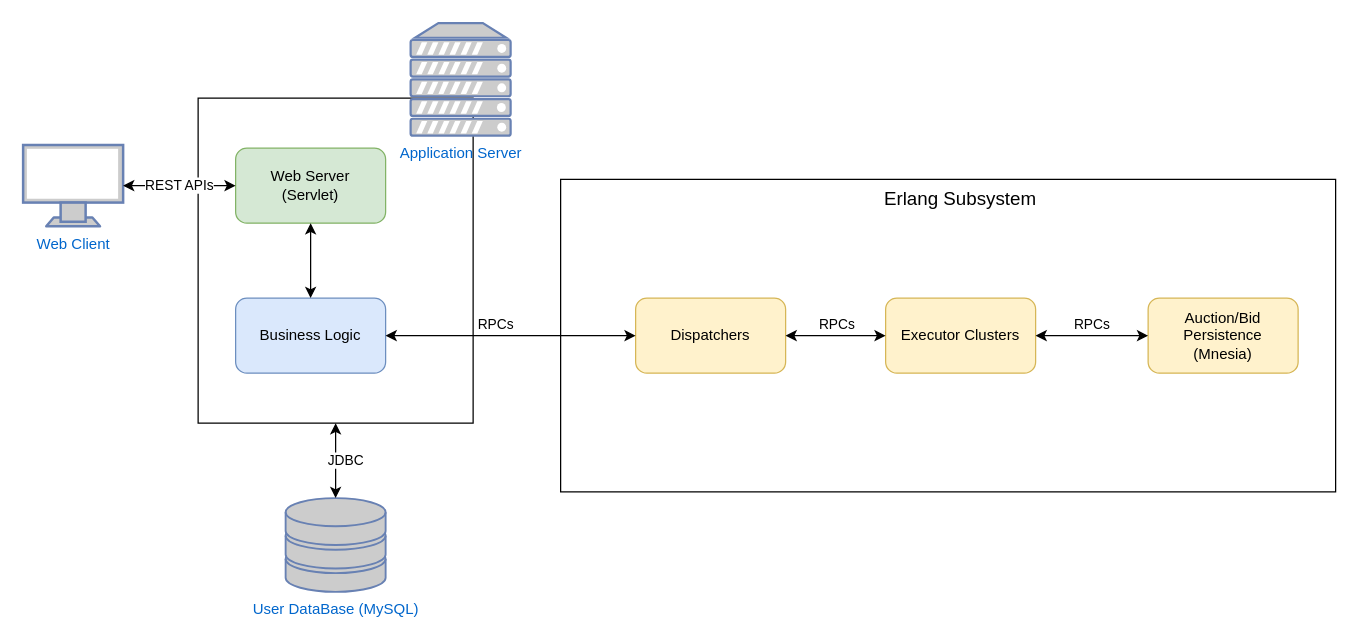
SpeedJack/dsmt keeps this draw.io diagram as doc/diagrams/diagram.drawio. Above is the earlier version. Source tidied: cells renumbered, new cells numbered last; positions are measured from the earlier drawing's top-left corner, leaving out a move shared by most shapes. Both pictures are drawn from the tidied source at 125%, with x=0, y=0 at pixel (22, 22).
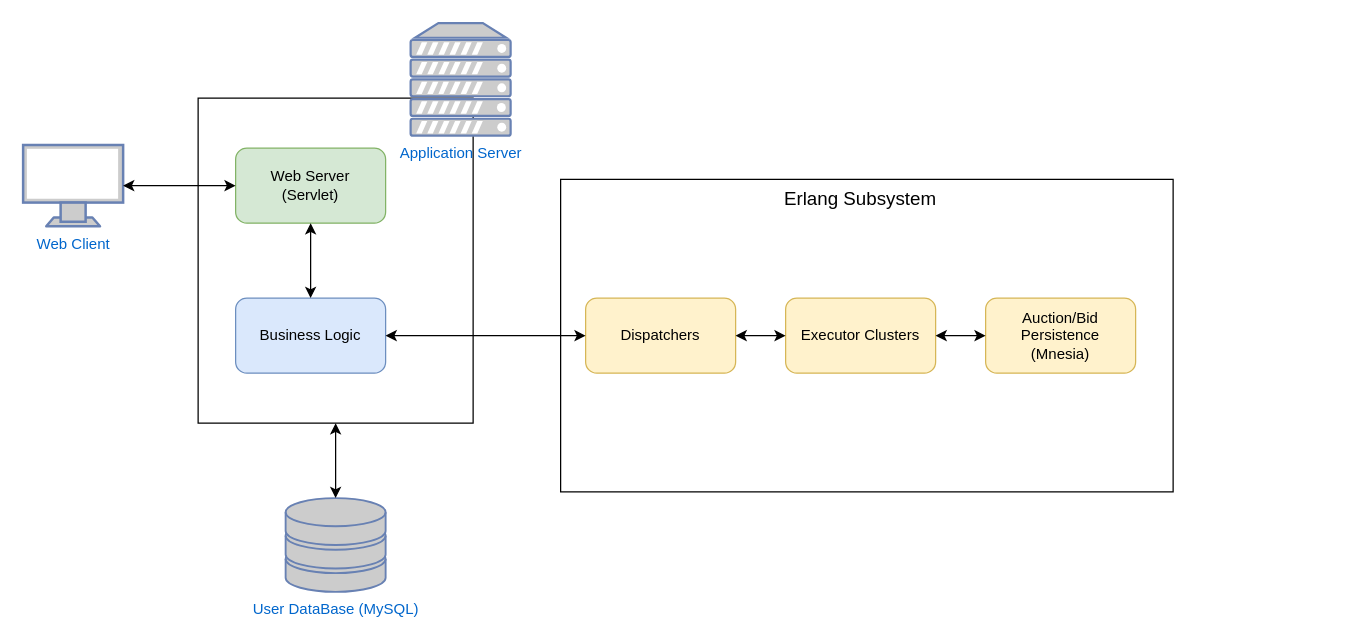
After the change.

The change refers to these unchanged cells:
```xml
<mxCell id="8" style="endArrow=classic;startArrow=classic;html=1;exitX=1;exitY=0.5;exitDx=0;exitDy=0;entryX=0;entryY=0.5;entryDx=0;entryDy=0;" parent="1" edge="1" source="6" target="7">
  <mxGeometry relative="1" as="geometry" />
</mxCell>
<mxCell id="10" value="Web Client" style="fontColor=#0066CC;verticalAlign=top;verticalLabelPosition=bottom;labelPosition=center;align=center;html=1;outlineConnect=0;fillColor=#CCCCCC;strokeColor=#6881B3;gradientColor=none;gradientDirection=north;strokeWidth=2;shape=mxgraph.networks.monitor;" parent="1" vertex="1">
  <mxGeometry y="97.5" width="80" height="65" as="geometry" />
</mxCell>
<mxCell id="11" value="Web Server&lt;br&gt;(Servlet)" style="rounded=1;whiteSpace=wrap;html=1;fillColor=#d5e8d4;strokeColor=#82b366;" parent="1" vertex="1">
  <mxGeometry x="170" y="100" width="120" height="60" as="geometry" />
</mxCell>
<mxCell id="15" style="endArrow=classic;startArrow=classic;html=1;exitX=1;exitY=0.5;exitDx=0;exitDy=0;entryX=0;entryY=0.5;entryDx=0;entryDy=0;" parent="1" edge="1" source="12" target="6">
  <mxGeometry relative="1" as="geometry" />
</mxCell>
<mxCell id="17" style="endArrow=classic;startArrow=classic;html=1;exitX=0.5;exitY=0;exitDx=0;exitDy=0;entryX=0.5;entryY=1;entryDx=0;entryDy=0;exitPerimeter=0;" parent="1" edge="1" source="5" target="3">
  <mxGeometry relative="1" as="geometry" />
</mxCell>
<mxCell id="20" style="endArrow=classic;startArrow=classic;html=1;exitX=1;exitY=0.5;exitDx=0;exitDy=0;entryX=0;entryY=0.5;entryDx=0;entryDy=0;" parent="1" edge="1" source="7" target="19">
  <mxGeometry relative="1" as="geometry" />
</mxCell>
```

Diff of the diagram source:
```diff
@@
     <mxCell id="2" style="rounded=0;whiteSpace=wrap;html=1;verticalAlign=bottom;" parent="1" vertex="1">
-      <mxGeometry x="430" y="125" width="620" height="250" as="geometry" />
+      <mxGeometry x="430" y="125" width="490" height="250" as="geometry" />
     </mxCell>
@@
     <mxCell id="6" value="Dispatchers" style="rounded=1;whiteSpace=wrap;html=1;fillColor=#fff2cc;strokeColor=#d6b656;" parent="1" vertex="1">
-      <mxGeometry x="490" y="220" width="120" height="60" as="geometry" />
+      <mxGeometry x="450" y="220" width="120" height="60" as="geometry" />
     </mxCell>
     <mxCell id="7" value="Executor Clusters" style="rounded=1;whiteSpace=wrap;html=1;fillColor=#fff2cc;strokeColor=#d6b656;" parent="1" vertex="1">
-      <mxGeometry x="690" y="220" width="120" height="60" as="geometry" />
+      <mxGeometry x="610" y="220" width="120" height="60" as="geometry" />
     </mxCell>
@@
-    <mxCell id="9" value="RPCs" style="edgeLabel;html=1;align=center;verticalAlign=middle;" parent="8" vertex="1">
-      <mxGeometry x="-0.22" y="2" relative="1" as="geometry">
-        <mxPoint x="9" y="-8" as="offset" />
-      </mxGeometry>
-    </mxCell>
@@
-    <mxCell id="13" value="REST APIs" style="endArrow=classic;startArrow=classic;html=1;exitX=1;exitY=0.5;exitDx=0;exitDy=0;exitPerimeter=0;entryX=0;entryY=0.5;entryDx=0;entryDy=0;" parent="1" edge="1" source="10" target="11">
+    <mxCell id="13" style="endArrow=classic;startArrow=classic;html=1;exitX=1;exitY=0.5;exitDx=0;exitDy=0;exitPerimeter=0;entryX=0;entryY=0.5;entryDx=0;entryDy=0;" parent="1" edge="1" source="10" target="11">
       <mxGeometry relative="1" as="geometry" />
     </mxCell>
@@
-    <mxCell id="16" value="RPCs" style="edgeLabel;html=1;align=center;verticalAlign=middle;" parent="15" vertex="1">
-      <mxGeometry x="-0.22" y="2" relative="1" as="geometry">
-        <mxPoint x="9" y="-8" as="offset" />
-      </mxGeometry>
-    </mxCell>
@@
-    <mxCell id="18" value="JDBC" style="edgeLabel;html=1;align=center;verticalAlign=middle;" parent="17" vertex="1">
-      <mxGeometry x="-0.22" y="2" relative="1" as="geometry">
-        <mxPoint x="9" y="-8" as="offset" />
-      </mxGeometry>
-    </mxCell>
     <mxCell id="19" value="Auction/Bid&lt;br&gt;Persistence&lt;br&gt;(Mnesia)" style="rounded=1;whiteSpace=wrap;html=1;fillColor=#fff2cc;strokeColor=#d6b656;" parent="1" vertex="1">
-      <mxGeometry x="900" y="220" width="120" height="60" as="geometry" />
+      <mxGeometry x="770" y="220" width="120" height="60" as="geometry" />
     </mxCell>
@@
-    <mxCell id="21" value="RPCs" style="edgeLabel;html=1;align=center;verticalAlign=middle;" parent="20" vertex="1">
-      <mxGeometry x="-0.22" y="2" relative="1" as="geometry">
-        <mxPoint x="9" y="-8" as="offset" />
-      </mxGeometry>
-    </mxCell>
     <mxCell id="22" value="&lt;font style=&quot;font-size: 15px&quot;&gt;Erlang Subsystem&lt;/font&gt;" style="text;html=1;strokeColor=none;fillColor=none;align=center;verticalAlign=middle;whiteSpace=wrap;rounded=0;" parent="1" vertex="1">
-      <mxGeometry x="685" y="130" width="130" height="20" as="geometry" />
+      <mxGeometry x="605" y="130" width="130" height="20" as="geometry" />
     </mxCell>
```
